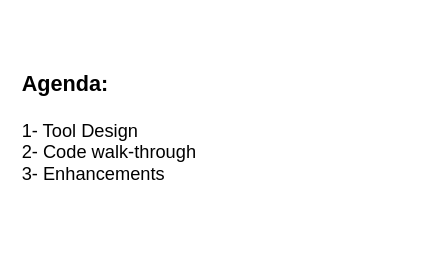
Before: page "Agenda" (1 of 2) of design.drawio in mo-mohamed/app_importer, a draw.io diagram. Source tidied: cells renumbered, new cells numbered last; positions are measured from the earlier drawing's top-left corner, leaving out a move shared by most shapes. Both pictures are drawn from the tidied source at 114%, with x=0, y=0 at pixel (19, 19).
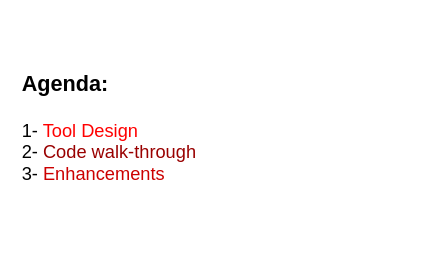
After the change.

Commit message (it also covers changes not shown here):
Adding design diagram

The edit, as a diff of the source:
```diff
@@
 <mxGraphModel>
   <root>
     <mxCell id="0" />
     <mxCell id="1" parent="0" />
-    <mxCell id="2" value="&lt;font style=&quot;font-size: 19px;&quot;&gt;&lt;b style=&quot;&quot;&gt;Agenda:&lt;/b&gt;&lt;br style=&quot;&quot;&gt;&lt;/font&gt;&lt;br style=&quot;font-size: 16px;&quot;&gt;1- Tool Design&lt;br style=&quot;font-size: 16px;&quot;&gt;2- Code walk-through&lt;br style=&quot;font-size: 16px;&quot;&gt;3- Enhancements" style="text;html=1;strokeColor=none;fillColor=none;align=left;verticalAlign=middle;whiteSpace=wrap;rounded=0;fontSize=16;" parent="1" vertex="1">
+    <mxCell id="2" value="&lt;font style=&quot;font-size: 19px;&quot;&gt;&lt;b style=&quot;&quot;&gt;Agenda:&lt;/b&gt;&lt;br style=&quot;&quot;&gt;&lt;/font&gt;&lt;br style=&quot;font-size: 16px;&quot;&gt;1- &lt;font color=&quot;#ff0000&quot;&gt;Tool Design&lt;/font&gt;&lt;br style=&quot;font-size: 16px;&quot;&gt;2- &lt;font color=&quot;#990000&quot;&gt;Code walk-through&lt;/font&gt;&lt;br style=&quot;font-size: 16px;&quot;&gt;3- &lt;font color=&quot;#cc0000&quot;&gt;Enhancements&lt;/font&gt;" style="text;html=1;strokeColor=none;fillColor=none;align=left;verticalAlign=middle;whiteSpace=wrap;rounded=0;fontSize=16;" parent="1" vertex="1">
       <mxGeometry width="359" height="190" as="geometry" />
     </mxCell>
   </root>
 </mxGraphModel>
```
